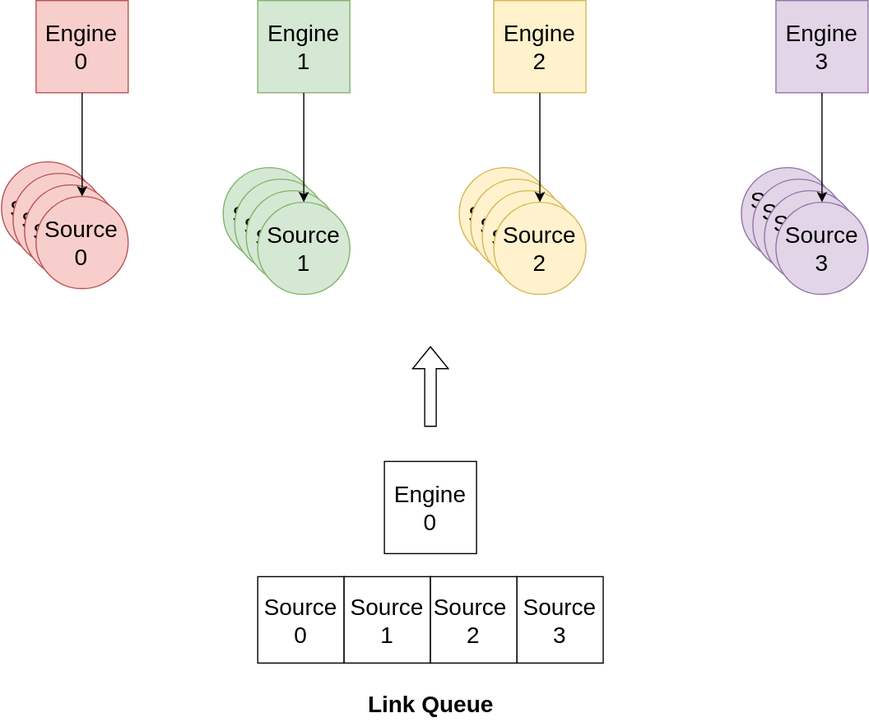
Earlier version of the draw.io export images/divide_link_queue.svg (constraintAutomaton/presentation-iswc-2023-doctoral-consortium-collaboravite-engine). Source tidied: cells renumbered, new cells last; positions are measured from the earlier drawing's top-left corner, leaving out a move shared by most shapes.
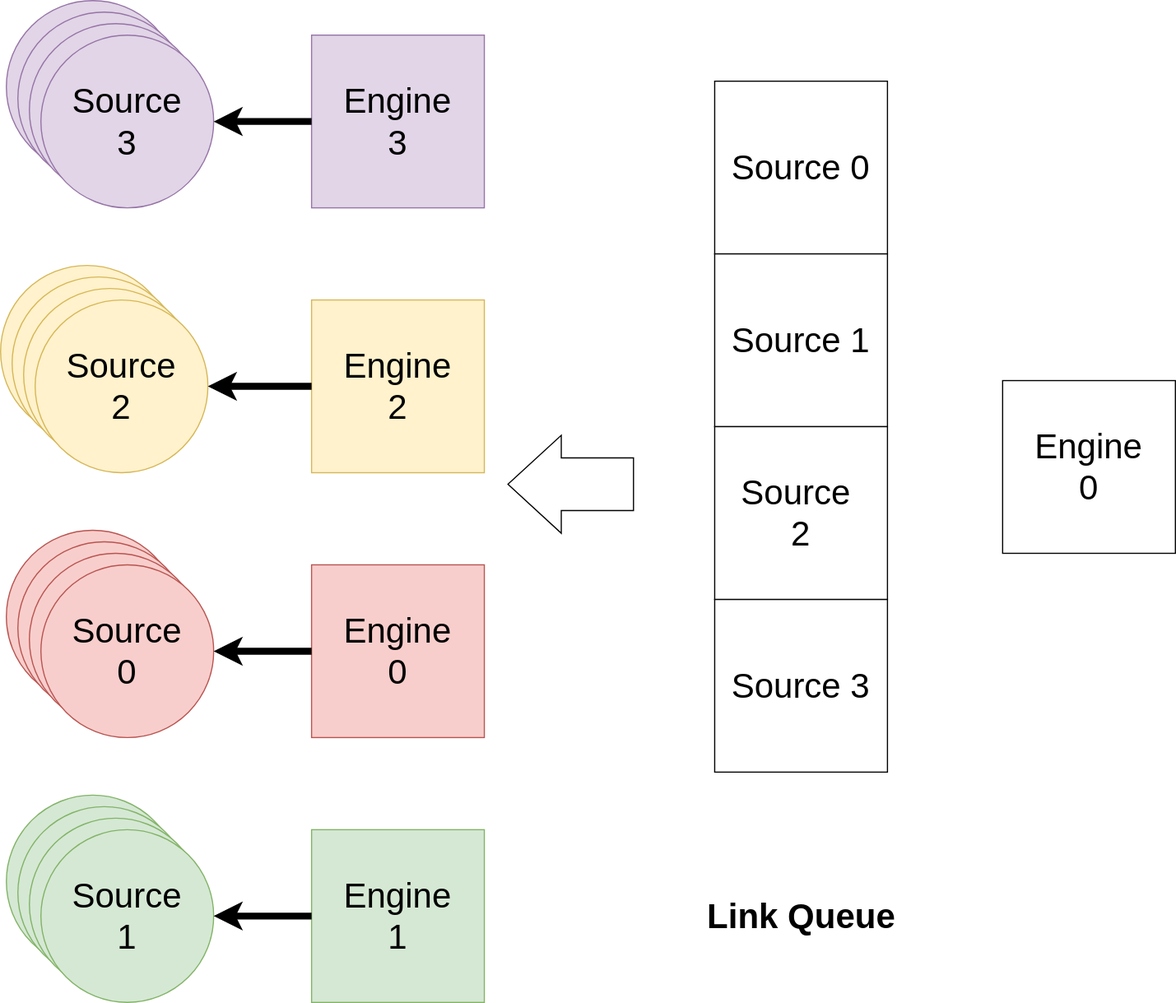
After the change.

Diff of the diagram source:
```diff
@@ -2,100 +2,100 @@
   <root>
     <mxCell id="0" />
     <mxCell id="1" parent="0" />
-    <mxCell id="2" value="&lt;font style=&quot;font-size: 20px;&quot;&gt;Source 3&lt;/font&gt;" style="whiteSpace=wrap;html=1;" parent="1" vertex="1">
-      <mxGeometry x="447" y="500" width="75" height="75" as="geometry" />
+    <mxCell id="2" value="&lt;font style=&quot;font-size: 30px;&quot;&gt;Source 3&lt;/font&gt;" style="whiteSpace=wrap;html=1;fontSize=30;" parent="1" vertex="1">
+      <mxGeometry x="672" y="10" width="150" height="150" as="geometry" />
     </mxCell>
-    <mxCell id="3" value="&lt;font style=&quot;font-size: 20px;&quot;&gt;Source 0&lt;/font&gt;" style="whiteSpace=wrap;html=1;" parent="1" vertex="1">
-      <mxGeometry x="222" y="500" width="75" height="75" as="geometry" />
+    <mxCell id="3" value="&lt;font style=&quot;font-size: 30px;&quot;&gt;Source 0&lt;/font&gt;" style="whiteSpace=wrap;html=1;fontSize=30;" parent="1" vertex="1">
+      <mxGeometry x="672" y="-440" width="150" height="150" as="geometry" />
     </mxCell>
-    <mxCell id="4" value="&lt;font style=&quot;font-size: 20px;&quot;&gt;Source 1&lt;/font&gt;" style="whiteSpace=wrap;html=1;" parent="1" vertex="1">
-      <mxGeometry x="297" y="500" width="75" height="75" as="geometry" />
+    <mxCell id="4" value="&lt;font style=&quot;font-size: 30px;&quot;&gt;Source 1&lt;/font&gt;" style="whiteSpace=wrap;html=1;fontSize=30;" parent="1" vertex="1">
+      <mxGeometry x="672" y="-290" width="150" height="150" as="geometry" />
     </mxCell>
-    <mxCell id="5" value="&lt;span style=&quot;font-size: 20px;&quot;&gt;Source&amp;nbsp;&lt;br&gt;2&lt;br&gt;&lt;/span&gt;" style="whiteSpace=wrap;html=1;" parent="1" vertex="1">
-      <mxGeometry x="372" y="500" width="75" height="75" as="geometry" />
+    <mxCell id="5" value="&lt;span style=&quot;font-size: 30px;&quot;&gt;Source&amp;nbsp;&lt;br style=&quot;font-size: 30px;&quot;&gt;2&lt;br style=&quot;font-size: 30px;&quot;&gt;&lt;/span&gt;" style="whiteSpace=wrap;html=1;fontSize=30;" parent="1" vertex="1">
+      <mxGeometry x="672" y="-140" width="150" height="150" as="geometry" />
     </mxCell>
-    <mxCell id="6" value="&lt;font style=&quot;font-size: 20px;&quot;&gt;Engine&lt;br&gt;0&lt;br&gt;&lt;/font&gt;" style="whiteSpace=wrap;html=1;" parent="1" vertex="1">
-      <mxGeometry x="332" y="400" width="80" height="80" as="geometry" />
+    <mxCell id="6" value="&lt;font style=&quot;font-size: 30px;&quot;&gt;Engine&lt;br style=&quot;font-size: 30px;&quot;&gt;0&lt;br style=&quot;font-size: 30px;&quot;&gt;&lt;/font&gt;" style="whiteSpace=wrap;html=1;fontSize=30;" parent="1" vertex="1">
+      <mxGeometry x="922" y="-180" width="150" height="150" as="geometry" />
     </mxCell>
-    <mxCell id="7" value="&lt;font style=&quot;font-size: 20px;&quot;&gt;Engine&lt;br&gt;3&lt;br&gt;&lt;/font&gt;" style="whiteSpace=wrap;html=1;fillColor=#e1d5e7;strokeColor=#9673a6;" parent="1" vertex="1">
-      <mxGeometry x="672" width="80" height="80" as="geometry" />
+    <mxCell id="7" value="&lt;font style=&quot;font-size: 30px;&quot;&gt;Engine&lt;br style=&quot;font-size: 30px;&quot;&gt;3&lt;br style=&quot;font-size: 30px;&quot;&gt;&lt;/font&gt;" style="whiteSpace=wrap;html=1;fillColor=#e1d5e7;strokeColor=#9673a6;fontSize=30;" parent="1" vertex="1">
+      <mxGeometry x="322" y="-480" width="150" height="150" as="geometry" />
     </mxCell>
-    <mxCell id="8" style="shape=flexArrow;endArrow=classic;html=1;rounded=0;" parent="1" edge="1">
+    <mxCell id="8" style="shape=flexArrow;endArrow=classic;html=1;rounded=0;fontSize=30;endWidth=38.367346938775505;endSize=15.100000000000001;width=45.714285714285715;" parent="1" edge="1">
       <mxGeometry relative="1" as="geometry">
-        <mxPoint x="372" y="370" as="sourcePoint" />
-        <mxPoint x="372" y="300" as="targetPoint" />
+        <mxPoint x="602" y="-90" as="sourcePoint" />
+        <mxPoint x="492" y="-90" as="targetPoint" />
       </mxGeometry>
     </mxCell>
-    <mxCell id="9" value="&lt;font style=&quot;font-size: 20px;&quot;&gt;Engine&lt;br&gt;0&lt;br&gt;&lt;/font&gt;" style="whiteSpace=wrap;html=1;fillColor=#f8cecc;strokeColor=#b85450;" parent="1" vertex="1">
-      <mxGeometry x="29.5" width="80" height="80" as="geometry" />
+    <mxCell id="9" value="&lt;font style=&quot;font-size: 30px;&quot;&gt;Engine&lt;br style=&quot;font-size: 30px;&quot;&gt;0&lt;br style=&quot;font-size: 30px;&quot;&gt;&lt;/font&gt;" style="whiteSpace=wrap;html=1;fillColor=#f8cecc;strokeColor=#b85450;fontSize=30;" parent="1" vertex="1">
+      <mxGeometry x="322" y="-20" width="150" height="150" as="geometry" />
     </mxCell>
-    <mxCell id="10" value="&lt;font style=&quot;font-size: 20px;&quot;&gt;Engine&lt;br&gt;1&lt;br&gt;&lt;/font&gt;" style="whiteSpace=wrap;html=1;fillColor=#d5e8d4;strokeColor=#82b366;" parent="1" vertex="1">
-      <mxGeometry x="222" width="80" height="80" as="geometry" />
+    <mxCell id="10" value="&lt;font style=&quot;font-size: 30px;&quot;&gt;Engine&lt;br style=&quot;font-size: 30px;&quot;&gt;1&lt;br style=&quot;font-size: 30px;&quot;&gt;&lt;/font&gt;" style="whiteSpace=wrap;html=1;fillColor=#d5e8d4;strokeColor=#82b366;fontSize=30;" parent="1" vertex="1">
+      <mxGeometry x="322" y="210" width="150" height="150" as="geometry" />
     </mxCell>
-    <mxCell id="11" value="&lt;font style=&quot;font-size: 20px;&quot;&gt;Engine&lt;br&gt;2&lt;br&gt;&lt;/font&gt;" style="whiteSpace=wrap;html=1;fillColor=#fff2cc;strokeColor=#d6b656;" parent="1" vertex="1">
-      <mxGeometry x="427" width="80" height="80" as="geometry" />
+    <mxCell id="11" value="&lt;font style=&quot;font-size: 30px;&quot;&gt;Engine&lt;br style=&quot;font-size: 30px;&quot;&gt;2&lt;br style=&quot;font-size: 30px;&quot;&gt;&lt;/font&gt;" style="whiteSpace=wrap;html=1;fillColor=#fff2cc;strokeColor=#d6b656;fontSize=30;" parent="1" vertex="1">
+      <mxGeometry x="322" y="-250" width="150" height="150" as="geometry" />
     </mxCell>
-    <mxCell id="12" value="&lt;font style=&quot;font-size: 20px;&quot;&gt;Source&lt;/font&gt;" style="ellipse;whiteSpace=wrap;html=1;fillColor=#f8cecc;strokeColor=#b85450;" parent="1" vertex="1">
-      <mxGeometry x="-0.5" y="140" width="80" height="80" as="geometry" />
+    <mxCell id="12" value="&lt;font style=&quot;font-size: 30px;&quot;&gt;Source&lt;/font&gt;" style="ellipse;whiteSpace=wrap;html=1;fillColor=#f8cecc;strokeColor=#b85450;fontSize=30;" parent="1" vertex="1">
+      <mxGeometry x="57" y="-50" width="150" height="150" as="geometry" />
     </mxCell>
-    <mxCell id="13" value="&lt;font style=&quot;font-size: 20px;&quot;&gt;Source&lt;/font&gt;" style="ellipse;whiteSpace=wrap;html=1;fillColor=#f8cecc;strokeColor=#b85450;" parent="1" vertex="1">
-      <mxGeometry x="9.5" y="150" width="80" height="80" as="geometry" />
+    <mxCell id="13" value="&lt;font style=&quot;font-size: 30px;&quot;&gt;Source&lt;/font&gt;" style="ellipse;whiteSpace=wrap;html=1;fillColor=#f8cecc;strokeColor=#b85450;fontSize=30;" parent="1" vertex="1">
+      <mxGeometry x="67" y="-40" width="150" height="150" as="geometry" />
     </mxCell>
-    <mxCell id="14" value="&lt;font style=&quot;font-size: 20px;&quot;&gt;Source&lt;/font&gt;" style="ellipse;whiteSpace=wrap;html=1;fillColor=#f8cecc;strokeColor=#b85450;" parent="1" vertex="1">
-      <mxGeometry x="19.5" y="160" width="80" height="80" as="geometry" />
+    <mxCell id="14" value="&lt;font style=&quot;font-size: 30px;&quot;&gt;Source&lt;/font&gt;" style="ellipse;whiteSpace=wrap;html=1;fillColor=#f8cecc;strokeColor=#b85450;fontSize=30;" parent="1" vertex="1">
+      <mxGeometry x="77" y="-30" width="150" height="150" as="geometry" />
     </mxCell>
-    <mxCell id="15" value="&lt;font style=&quot;font-size: 20px;&quot;&gt;Source&lt;br&gt;0&lt;br&gt;&lt;/font&gt;" style="ellipse;whiteSpace=wrap;html=1;fillColor=#f8cecc;strokeColor=#b85450;" parent="1" vertex="1">
-      <mxGeometry x="29.5" y="170" width="80" height="80" as="geometry" />
+    <mxCell id="15" value="&lt;font style=&quot;font-size: 30px;&quot;&gt;Source&lt;br style=&quot;font-size: 30px;&quot;&gt;0&lt;br style=&quot;font-size: 30px;&quot;&gt;&lt;/font&gt;" style="ellipse;whiteSpace=wrap;html=1;fillColor=#f8cecc;strokeColor=#b85450;fontSize=30;" parent="1" vertex="1">
+      <mxGeometry x="87" y="-20" width="150" height="150" as="geometry" />
     </mxCell>
-    <mxCell id="16" value="&lt;font style=&quot;font-size: 20px;&quot;&gt;Source&lt;/font&gt;" style="ellipse;whiteSpace=wrap;html=1;fillColor=#d5e8d4;strokeColor=#82b366;" parent="1" vertex="1">
-      <mxGeometry x="192" y="145" width="80" height="80" as="geometry" />
+    <mxCell id="16" value="&lt;font style=&quot;font-size: 30px;&quot;&gt;Source&lt;/font&gt;" style="ellipse;whiteSpace=wrap;html=1;fillColor=#d5e8d4;strokeColor=#82b366;fontSize=30;" parent="1" vertex="1">
+      <mxGeometry x="57" y="180" width="150" height="150" as="geometry" />
     </mxCell>
-    <mxCell id="17" value="&lt;font style=&quot;font-size: 20px;&quot;&gt;Source&lt;/font&gt;" style="ellipse;whiteSpace=wrap;html=1;fillColor=#d5e8d4;strokeColor=#82b366;" parent="1" vertex="1">
-      <mxGeometry x="202" y="155" width="80" height="80" as="geometry" />
+    <mxCell id="17" value="&lt;font style=&quot;font-size: 30px;&quot;&gt;Source&lt;/font&gt;" style="ellipse;whiteSpace=wrap;html=1;fillColor=#d5e8d4;strokeColor=#82b366;fontSize=30;" parent="1" vertex="1">
+      <mxGeometry x="67" y="190" width="150" height="150" as="geometry" />
     </mxCell>
-    <mxCell id="18" value="&lt;font style=&quot;font-size: 20px;&quot;&gt;Source&lt;/font&gt;" style="ellipse;whiteSpace=wrap;html=1;fillColor=#d5e8d4;strokeColor=#82b366;" parent="1" vertex="1">
-      <mxGeometry x="212" y="165" width="80" height="80" as="geometry" />
+    <mxCell id="18" value="&lt;font style=&quot;font-size: 30px;&quot;&gt;Source&lt;/font&gt;" style="ellipse;whiteSpace=wrap;html=1;fillColor=#d5e8d4;strokeColor=#82b366;fontSize=30;" parent="1" vertex="1">
+      <mxGeometry x="77" y="200" width="150" height="150" as="geometry" />
     </mxCell>
-    <mxCell id="19" value="&lt;font style=&quot;font-size: 20px;&quot;&gt;Source&lt;br&gt;1&lt;br&gt;&lt;/font&gt;" style="ellipse;whiteSpace=wrap;html=1;fillColor=#d5e8d4;strokeColor=#82b366;" parent="1" vertex="1">
-      <mxGeometry x="222" y="175" width="80" height="80" as="geometry" />
+    <mxCell id="19" value="&lt;font style=&quot;font-size: 30px;&quot;&gt;Source&lt;br style=&quot;font-size: 30px;&quot;&gt;1&lt;br style=&quot;font-size: 30px;&quot;&gt;&lt;/font&gt;" style="ellipse;whiteSpace=wrap;html=1;fillColor=#d5e8d4;strokeColor=#82b366;fontSize=30;" parent="1" vertex="1">
+      <mxGeometry x="87" y="210" width="150" height="150" as="geometry" />
     </mxCell>
-    <mxCell id="20" value="Link Queue" style="text;html=1;align=center;verticalAlign=middle;strokeColor=none;fillColor=none;fontSize=20;fontStyle=1;" parent="1" vertex="1">
-      <mxGeometry x="307" y="590" width="130" height="40" as="geometry" />
+    <mxCell id="20" value="Link Queue" style="text;html=1;align=center;verticalAlign=middle;strokeColor=none;fillColor=none;fontSize=30;fontStyle=1;" parent="1" vertex="1">
+      <mxGeometry x="652" y="260" width="190" height="50" as="geometry" />
     </mxCell>
-    <mxCell id="21" value="&lt;font style=&quot;font-size: 20px;&quot;&gt;Source&lt;/font&gt;" style="ellipse;whiteSpace=wrap;html=1;fillColor=#fff2cc;strokeColor=#d6b656;" parent="1" vertex="1">
-      <mxGeometry x="397" y="145" width="80" height="80" as="geometry" />
+    <mxCell id="21" value="&lt;font style=&quot;font-size: 30px;&quot;&gt;Source&lt;/font&gt;" style="ellipse;whiteSpace=wrap;html=1;fillColor=#fff2cc;strokeColor=#d6b656;fontSize=30;" parent="1" vertex="1">
+      <mxGeometry x="52" y="-280" width="150" height="150" as="geometry" />
     </mxCell>
-    <mxCell id="22" value="&lt;font style=&quot;font-size: 20px;&quot;&gt;Source&lt;/font&gt;" style="ellipse;whiteSpace=wrap;html=1;fillColor=#fff2cc;strokeColor=#d6b656;" parent="1" vertex="1">
-      <mxGeometry x="407" y="155" width="80" height="80" as="geometry" />
+    <mxCell id="22" value="&lt;font style=&quot;font-size: 30px;&quot;&gt;Source&lt;/font&gt;" style="ellipse;whiteSpace=wrap;html=1;fillColor=#fff2cc;strokeColor=#d6b656;fontSize=30;" parent="1" vertex="1">
+      <mxGeometry x="62" y="-270" width="150" height="150" as="geometry" />
     </mxCell>
-    <mxCell id="23" value="&lt;font style=&quot;font-size: 20px;&quot;&gt;Source&lt;/font&gt;" style="ellipse;whiteSpace=wrap;html=1;fillColor=#fff2cc;strokeColor=#d6b656;" parent="1" vertex="1">
-      <mxGeometry x="417" y="165" width="80" height="80" as="geometry" />
+    <mxCell id="23" value="&lt;font style=&quot;font-size: 30px;&quot;&gt;Source&lt;/font&gt;" style="ellipse;whiteSpace=wrap;html=1;fillColor=#fff2cc;strokeColor=#d6b656;fontSize=30;" parent="1" vertex="1">
+      <mxGeometry x="72" y="-260" width="150" height="150" as="geometry" />
     </mxCell>
-    <mxCell id="24" value="&lt;font style=&quot;font-size: 20px;&quot;&gt;Source&lt;br&gt;2&lt;br&gt;&lt;/font&gt;" style="ellipse;whiteSpace=wrap;html=1;fillColor=#fff2cc;strokeColor=#d6b656;" parent="1" vertex="1">
-      <mxGeometry x="427" y="175" width="80" height="80" as="geometry" />
+    <mxCell id="24" value="&lt;font style=&quot;font-size: 30px;&quot;&gt;Source&lt;br style=&quot;font-size: 30px;&quot;&gt;2&lt;br style=&quot;font-size: 30px;&quot;&gt;&lt;/font&gt;" style="ellipse;whiteSpace=wrap;html=1;fillColor=#fff2cc;strokeColor=#d6b656;fontSize=30;" parent="1" vertex="1">
+      <mxGeometry x="82" y="-250" width="150" height="150" as="geometry" />
     </mxCell>
-    <mxCell id="25" value="&lt;font style=&quot;font-size: 20px;&quot;&gt;Source&lt;br&gt;3&lt;br&gt;&lt;/font&gt;" style="ellipse;whiteSpace=wrap;html=1;fillColor=#e1d5e7;strokeColor=#9673a6;" parent="1" vertex="1">
-      <mxGeometry x="642" y="145" width="80" height="80" as="geometry" />
+    <mxCell id="25" value="&lt;font style=&quot;font-size: 30px;&quot;&gt;Source&lt;br style=&quot;font-size: 30px;&quot;&gt;3&lt;br style=&quot;font-size: 30px;&quot;&gt;&lt;/font&gt;" style="ellipse;whiteSpace=wrap;html=1;fillColor=#e1d5e7;strokeColor=#9673a6;fontSize=30;" parent="1" vertex="1">
+      <mxGeometry x="57" y="-510" width="150" height="150" as="geometry" />
     </mxCell>
-    <mxCell id="26" value="&lt;font style=&quot;font-size: 20px;&quot;&gt;Source&lt;br&gt;3&lt;br&gt;&lt;/font&gt;" style="ellipse;whiteSpace=wrap;html=1;fillColor=#e1d5e7;strokeColor=#9673a6;" parent="1" vertex="1">
-      <mxGeometry x="652" y="155" width="80" height="80" as="geometry" />
+    <mxCell id="26" value="&lt;font style=&quot;font-size: 30px;&quot;&gt;Source&lt;br style=&quot;font-size: 30px;&quot;&gt;3&lt;br style=&quot;font-size: 30px;&quot;&gt;&lt;/font&gt;" style="ellipse;whiteSpace=wrap;html=1;fillColor=#e1d5e7;strokeColor=#9673a6;fontSize=30;" parent="1" vertex="1">
+      <mxGeometry x="67" y="-500" width="150" height="150" as="geometry" />
     </mxCell>
-    <mxCell id="27" value="&lt;font style=&quot;font-size: 20px;&quot;&gt;Source&lt;br&gt;3&lt;br&gt;&lt;/font&gt;" style="ellipse;whiteSpace=wrap;html=1;fillColor=#e1d5e7;strokeColor=#9673a6;" parent="1" vertex="1">
-      <mxGeometry x="662" y="165" width="80" height="80" as="geometry" />
+    <mxCell id="27" value="&lt;font style=&quot;font-size: 30px;&quot;&gt;Source&lt;br style=&quot;font-size: 30px;&quot;&gt;3&lt;br style=&quot;font-size: 30px;&quot;&gt;&lt;/font&gt;" style="ellipse;whiteSpace=wrap;html=1;fillColor=#e1d5e7;strokeColor=#9673a6;fontSize=30;" parent="1" vertex="1">
+      <mxGeometry x="77" y="-490" width="150" height="150" as="geometry" />
     </mxCell>
-    <mxCell id="28" value="&lt;font style=&quot;font-size: 20px;&quot;&gt;Source&lt;br&gt;3&lt;br&gt;&lt;/font&gt;" style="ellipse;whiteSpace=wrap;html=1;fillColor=#e1d5e7;strokeColor=#9673a6;" parent="1" vertex="1">
-      <mxGeometry x="672" y="175" width="80" height="80" as="geometry" />
+    <mxCell id="28" value="&lt;font style=&quot;font-size: 30px;&quot;&gt;Source&lt;br style=&quot;font-size: 30px;&quot;&gt;3&lt;br style=&quot;font-size: 30px;&quot;&gt;&lt;/font&gt;" style="ellipse;whiteSpace=wrap;html=1;fillColor=#e1d5e7;strokeColor=#9673a6;fontSize=30;" parent="1" vertex="1">
+      <mxGeometry x="87" y="-480" width="150" height="150" as="geometry" />
     </mxCell>
-    <mxCell id="29" style="edgeStyle=orthogonalEdgeStyle;rounded=0;jettySize=auto;html=1;" parent="1" edge="1" source="7" target="28">
+    <mxCell id="29" style="edgeStyle=orthogonalEdgeStyle;rounded=0;jettySize=auto;html=1;fontSize=30;strokeWidth=6;" parent="1" edge="1" source="7" target="28">
       <mxGeometry relative="1" as="geometry" />
     </mxCell>
-    <mxCell id="30" style="edgeStyle=orthogonalEdgeStyle;rounded=0;jettySize=auto;html=1;" parent="1" edge="1" source="9" target="15">
+    <mxCell id="30" style="edgeStyle=orthogonalEdgeStyle;rounded=0;jettySize=auto;html=1;fontSize=30;strokeWidth=6;" parent="1" edge="1" source="9" target="15">
       <mxGeometry relative="1" as="geometry" />
     </mxCell>
-    <mxCell id="31" style="edgeStyle=orthogonalEdgeStyle;rounded=0;jettySize=auto;html=1;" parent="1" edge="1" source="10" target="19">
+    <mxCell id="31" style="edgeStyle=orthogonalEdgeStyle;rounded=0;jettySize=auto;html=1;fontSize=30;strokeWidth=6;" parent="1" edge="1" source="10" target="19">
       <mxGeometry relative="1" as="geometry" />
     </mxCell>
-    <mxCell id="32" style="edgeStyle=orthogonalEdgeStyle;rounded=0;jettySize=auto;html=1;" parent="1" edge="1" source="11" target="24">
+    <mxCell id="32" style="edgeStyle=orthogonalEdgeStyle;rounded=0;jettySize=auto;html=1;fontSize=30;strokeWidth=6;" parent="1" edge="1" source="11" target="24">
       <mxGeometry relative="1" as="geometry" />
     </mxCell>
   </root>
```
